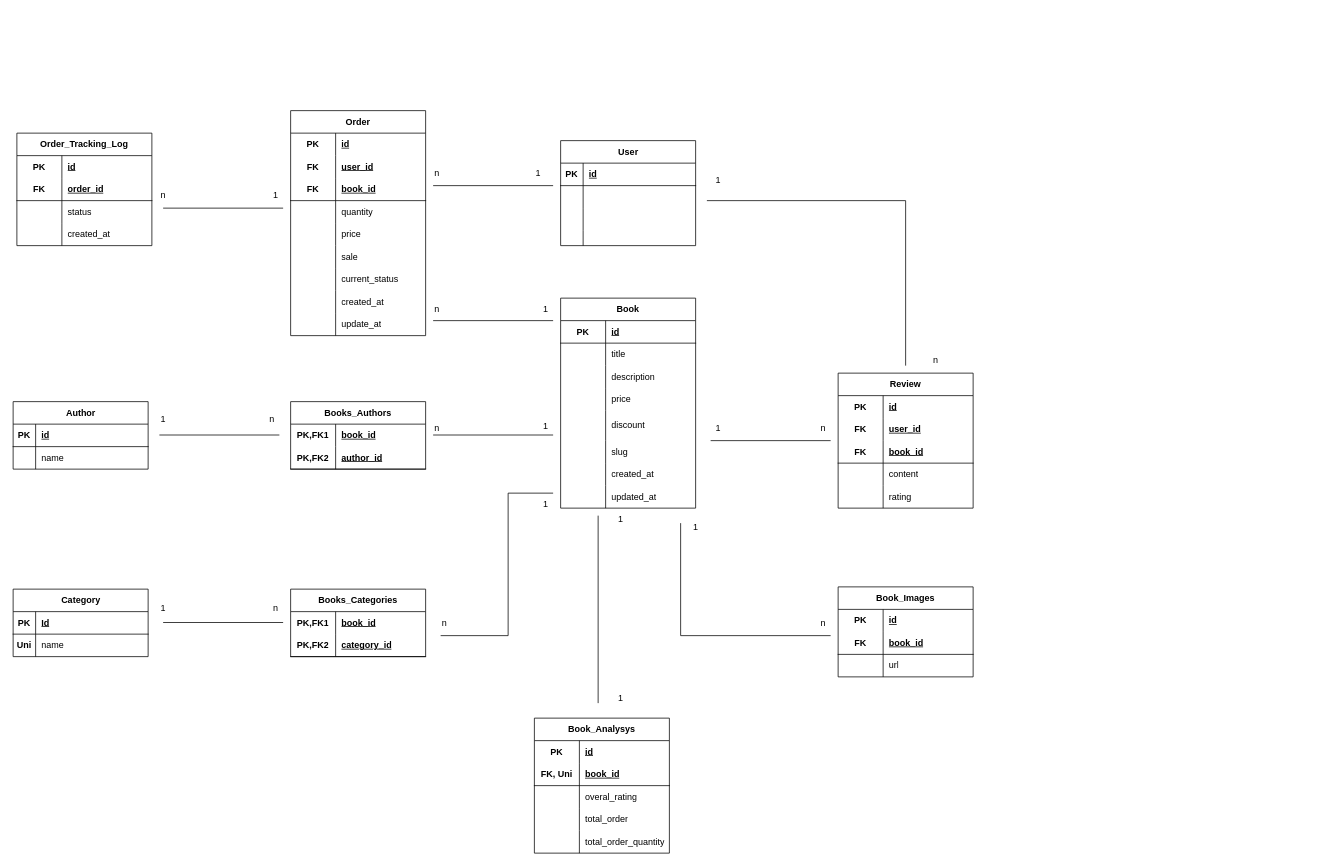
This is page "Database schema" (3 of 3) of document/document.drawio from khanhprolazay/-NashTech--BookStore, a draw.io file, before an edit. Source tidied: cells renumbered, new cells numbered last; positions are measured from the earlier drawing's top-left corner, leaving out a move shared by most shapes. Both pictures are drawn from the tidied source at 75%, with x=0, y=0 at pixel (13, 110).
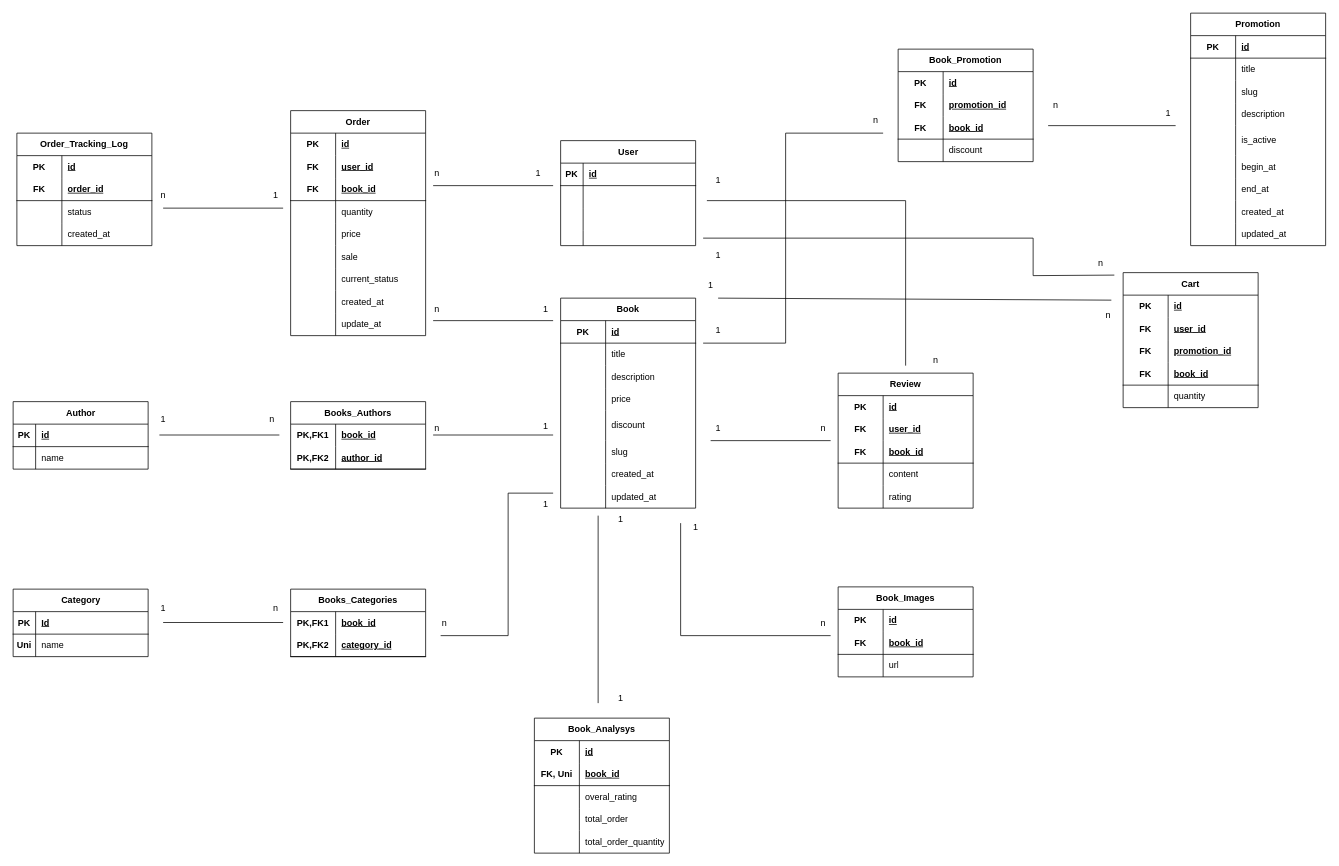
The same page after the edit.

Diff of the diagram source:
```diff
@@
+    <mxCell id="186" value="Promotion" style="shape=table;startSize=30;childLayout=tableLayout;rowLines=0;fontStyle=1;align=center;html=1;whiteSpace=wrap;" parent="1" vertex="1">
+      <mxGeometry x="1570" y="-130" width="180" height="310" as="geometry" />
+    </mxCell>
+    <mxCell id="187" style="shape=tableRow;horizontal=0;startSize=0;swimlaneHead=0;swimlaneBody=0;fillColor=none;top=0;left=0;right=0;bottom=1;html=1;" parent="186" vertex="1">
+      <mxGeometry y="30" width="180" height="30" as="geometry" />
+    </mxCell>
+    <mxCell id="188" value="PK" style="shape=partialRectangle;fillColor=none;top=0;left=0;bottom=0;right=0;fontStyle=1;overflow=hidden;html=1;whiteSpace=wrap;" parent="187" vertex="1">
+      <mxGeometry width="60" height="30" as="geometry" />
+    </mxCell>
+    <mxCell id="189" value="id" style="shape=partialRectangle;fillColor=none;top=0;left=0;bottom=0;right=0;align=left;spacingLeft=6;fontStyle=5;overflow=hidden;html=1;whiteSpace=wrap;" parent="187" vertex="1">
+      <mxGeometry x="60" width="120" height="30" as="geometry" />
+    </mxCell>
+    <mxCell id="190" style="shape=tableRow;horizontal=0;startSize=0;swimlaneHead=0;swimlaneBody=0;fillColor=none;top=0;left=0;right=0;bottom=0;html=1;" parent="186" vertex="1">
+      <mxGeometry y="60" width="180" height="30" as="geometry" />
+    </mxCell>
+    <mxCell id="191" style="shape=partialRectangle;fillColor=none;top=0;left=0;bottom=0;right=0;overflow=hidden;html=1;whiteSpace=wrap;" parent="190" vertex="1">
+      <mxGeometry width="60" height="30" as="geometry" />
+    </mxCell>
+    <mxCell id="192" value="title" style="shape=partialRectangle;fillColor=none;top=0;left=0;bottom=0;right=0;align=left;spacingLeft=6;overflow=hidden;html=1;whiteSpace=wrap;" parent="190" vertex="1">
+      <mxGeometry x="60" width="120" height="30" as="geometry" />
+    </mxCell>
+    <mxCell id="193" style="shape=tableRow;horizontal=0;startSize=0;swimlaneHead=0;swimlaneBody=0;fillColor=none;top=0;left=0;right=0;bottom=0;html=1;" parent="186" vertex="1">
+      <mxGeometry y="90" width="180" height="30" as="geometry" />
+    </mxCell>
+    <mxCell id="194" style="shape=partialRectangle;fillColor=none;top=0;left=0;bottom=0;right=0;overflow=hidden;html=1;whiteSpace=wrap;" parent="193" vertex="1">
+      <mxGeometry width="60" height="30" as="geometry" />
+    </mxCell>
+    <mxCell id="195" value="slug" style="shape=partialRectangle;fillColor=none;top=0;left=0;bottom=0;right=0;align=left;spacingLeft=6;overflow=hidden;html=1;whiteSpace=wrap;" parent="193" vertex="1">
+      <mxGeometry x="60" width="120" height="30" as="geometry" />
+    </mxCell>
+    <mxCell id="196" style="shape=tableRow;horizontal=0;startSize=0;swimlaneHead=0;swimlaneBody=0;fillColor=none;top=0;left=0;right=0;bottom=0;html=1;" parent="186" vertex="1">
+      <mxGeometry y="120" width="180" height="30" as="geometry" />
+    </mxCell>
+    <mxCell id="197" style="shape=partialRectangle;fillColor=none;top=0;left=0;bottom=0;right=0;overflow=hidden;html=1;whiteSpace=wrap;" parent="196" vertex="1">
+      <mxGeometry width="60" height="30" as="geometry" />
+    </mxCell>
+    <mxCell id="198" value="description" style="shape=partialRectangle;fillColor=none;top=0;left=0;bottom=0;right=0;align=left;spacingLeft=6;overflow=hidden;html=1;whiteSpace=wrap;" parent="196" vertex="1">
+      <mxGeometry x="60" width="120" height="30" as="geometry" />
+    </mxCell>
+    <mxCell id="199" style="shape=tableRow;horizontal=0;startSize=0;swimlaneHead=0;swimlaneBody=0;fillColor=none;top=0;left=0;right=0;bottom=0;html=1;" parent="186" vertex="1">
+      <mxGeometry y="150" width="180" height="40" as="geometry" />
+    </mxCell>
+    <mxCell id="200" style="shape=partialRectangle;fillColor=none;top=0;left=0;bottom=0;right=0;overflow=hidden;html=1;whiteSpace=wrap;" parent="199" vertex="1">
+      <mxGeometry width="60" height="40" as="geometry" />
+    </mxCell>
+    <mxCell id="201" value="is_active" style="shape=partialRectangle;fillColor=none;top=0;left=0;bottom=0;right=0;align=left;spacingLeft=6;overflow=hidden;html=1;whiteSpace=wrap;" parent="199" vertex="1">
+      <mxGeometry x="60" width="120" height="40" as="geometry" />
+    </mxCell>
+    <mxCell id="202" style="shape=tableRow;horizontal=0;startSize=0;swimlaneHead=0;swimlaneBody=0;fillColor=none;top=0;left=0;right=0;bottom=0;html=1;" parent="186" vertex="1">
+      <mxGeometry y="190" width="180" height="30" as="geometry" />
+    </mxCell>
+    <mxCell id="203" style="shape=partialRectangle;fillColor=none;top=0;left=0;bottom=0;right=0;overflow=hidden;html=1;whiteSpace=wrap;" parent="202" vertex="1">
+      <mxGeometry width="60" height="30" as="geometry" />
+    </mxCell>
+    <mxCell id="204" value="begin_at" style="shape=partialRectangle;fillColor=none;top=0;left=0;bottom=0;right=0;align=left;spacingLeft=6;overflow=hidden;html=1;whiteSpace=wrap;" parent="202" vertex="1">
+      <mxGeometry x="60" width="120" height="30" as="geometry" />
+    </mxCell>
+    <mxCell id="205" style="shape=tableRow;horizontal=0;startSize=0;swimlaneHead=0;swimlaneBody=0;fillColor=none;top=0;left=0;right=0;bottom=0;html=1;" parent="186" vertex="1">
+      <mxGeometry y="220" width="180" height="30" as="geometry" />
+    </mxCell>
+    <mxCell id="206" style="shape=partialRectangle;fillColor=none;top=0;left=0;bottom=0;right=0;overflow=hidden;html=1;whiteSpace=wrap;" parent="205" vertex="1">
+      <mxGeometry width="60" height="30" as="geometry" />
+    </mxCell>
+    <mxCell id="207" value="end_at" style="shape=partialRectangle;fillColor=none;top=0;left=0;bottom=0;right=0;align=left;spacingLeft=6;overflow=hidden;html=1;whiteSpace=wrap;" parent="205" vertex="1">
+      <mxGeometry x="60" width="120" height="30" as="geometry" />
+    </mxCell>
+    <mxCell id="208" style="shape=tableRow;horizontal=0;startSize=0;swimlaneHead=0;swimlaneBody=0;fillColor=none;top=0;left=0;right=0;bottom=0;html=1;" parent="186" vertex="1">
+      <mxGeometry y="250" width="180" height="30" as="geometry" />
+    </mxCell>
+    <mxCell id="209" style="shape=partialRectangle;fillColor=none;top=0;left=0;bottom=0;right=0;overflow=hidden;html=1;whiteSpace=wrap;" parent="208" vertex="1">
+      <mxGeometry width="60" height="30" as="geometry" />
+    </mxCell>
+    <mxCell id="210" value="created_at" style="shape=partialRectangle;fillColor=none;top=0;left=0;bottom=0;right=0;align=left;spacingLeft=6;overflow=hidden;html=1;whiteSpace=wrap;" parent="208" vertex="1">
+      <mxGeometry x="60" width="120" height="30" as="geometry" />
+    </mxCell>
+    <mxCell id="211" style="shape=tableRow;horizontal=0;startSize=0;swimlaneHead=0;swimlaneBody=0;fillColor=none;top=0;left=0;right=0;bottom=0;html=1;" parent="186" vertex="1">
+      <mxGeometry y="280" width="180" height="30" as="geometry" />
+    </mxCell>
+    <mxCell id="212" style="shape=partialRectangle;fillColor=none;top=0;left=0;bottom=0;right=0;overflow=hidden;html=1;whiteSpace=wrap;" parent="211" vertex="1">
+      <mxGeometry width="60" height="30" as="geometry" />
+    </mxCell>
+    <mxCell id="213" value="updated_at" style="shape=partialRectangle;fillColor=none;top=0;left=0;bottom=0;right=0;align=left;spacingLeft=6;overflow=hidden;html=1;whiteSpace=wrap;" parent="211" vertex="1">
+      <mxGeometry x="60" width="120" height="30" as="geometry" />
+    </mxCell>
+    <mxCell id="214" value="Book_Promotion" style="shape=table;startSize=30;childLayout=tableLayout;rowLines=0;fontStyle=1;align=center;html=1;whiteSpace=wrap;" parent="1" vertex="1">
+      <mxGeometry x="1180" y="-82" width="180" height="150" as="geometry" />
+    </mxCell>
+    <mxCell id="215" style="shape=tableRow;horizontal=0;startSize=0;swimlaneHead=0;swimlaneBody=0;fillColor=none;top=0;left=0;right=0;bottom=0;html=1;" parent="214" vertex="1">
+      <mxGeometry y="30" width="180" height="30" as="geometry" />
+    </mxCell>
+    <mxCell id="216" value="PK" style="shape=partialRectangle;fillColor=none;top=0;left=0;bottom=0;right=0;fontStyle=1;overflow=hidden;html=1;whiteSpace=wrap;" parent="215" vertex="1">
+      <mxGeometry width="60" height="30" as="geometry" />
+    </mxCell>
+    <mxCell id="217" value="id" style="shape=partialRectangle;fillColor=none;top=0;left=0;bottom=0;right=0;align=left;spacingLeft=6;fontStyle=5;overflow=hidden;html=1;whiteSpace=wrap;" parent="215" vertex="1">
+      <mxGeometry x="60" width="120" height="30" as="geometry" />
+    </mxCell>
+    <mxCell id="218" style="shape=tableRow;horizontal=0;startSize=0;swimlaneHead=0;swimlaneBody=0;fillColor=none;top=0;left=0;right=0;bottom=0;html=1;" parent="214" vertex="1">
+      <mxGeometry y="60" width="180" height="30" as="geometry" />
+    </mxCell>
+    <mxCell id="219" value="FK" style="shape=partialRectangle;fillColor=none;top=0;left=0;bottom=0;right=0;fontStyle=1;overflow=hidden;html=1;whiteSpace=wrap;" parent="218" vertex="1">
+      <mxGeometry width="60" height="30" as="geometry" />
+    </mxCell>
+    <mxCell id="220" value="promotion_id" style="shape=partialRectangle;fillColor=none;top=0;left=0;bottom=0;right=0;align=left;spacingLeft=6;fontStyle=5;overflow=hidden;html=1;whiteSpace=wrap;" parent="218" vertex="1">
+      <mxGeometry x="60" width="120" height="30" as="geometry" />
+    </mxCell>
+    <mxCell id="221" style="shape=tableRow;horizontal=0;startSize=0;swimlaneHead=0;swimlaneBody=0;fillColor=none;top=0;left=0;right=0;bottom=1;html=1;" parent="214" vertex="1">
+      <mxGeometry y="90" width="180" height="30" as="geometry" />
+    </mxCell>
+    <mxCell id="222" value="FK" style="shape=partialRectangle;fillColor=none;top=0;left=0;bottom=0;right=0;fontStyle=1;overflow=hidden;html=1;whiteSpace=wrap;" parent="221" vertex="1">
+      <mxGeometry width="60" height="30" as="geometry" />
+    </mxCell>
+    <mxCell id="223" value="book_id" style="shape=partialRectangle;fillColor=none;top=0;left=0;bottom=0;right=0;align=left;spacingLeft=6;fontStyle=5;overflow=hidden;html=1;whiteSpace=wrap;" parent="221" vertex="1">
+      <mxGeometry x="60" width="120" height="30" as="geometry" />
+    </mxCell>
+    <mxCell id="224" style="shape=tableRow;horizontal=0;startSize=0;swimlaneHead=0;swimlaneBody=0;fillColor=none;top=0;left=0;right=0;bottom=0;html=1;" parent="214" vertex="1">
+      <mxGeometry y="120" width="180" height="30" as="geometry" />
+    </mxCell>
+    <mxCell id="225" style="shape=partialRectangle;fillColor=none;top=0;left=0;bottom=0;right=0;overflow=hidden;html=1;whiteSpace=wrap;" parent="224" vertex="1">
+      <mxGeometry width="60" height="30" as="geometry" />
+    </mxCell>
+    <mxCell id="226" value="discount" style="shape=partialRectangle;fillColor=none;top=0;left=0;bottom=0;right=0;align=left;spacingLeft=6;overflow=hidden;html=1;whiteSpace=wrap;" parent="224" vertex="1">
+      <mxGeometry x="60" width="120" height="30" as="geometry" />
+    </mxCell>
+    <mxCell id="227" style="endArrow=none;html=1;rounded=0;" parent="1" edge="1">
+      <mxGeometry relative="1" as="geometry">
+        <mxPoint x="1380" y="20" as="sourcePoint" />
+        <mxPoint x="1550" y="20" as="targetPoint" />
+      </mxGeometry>
+    </mxCell>
+    <mxCell id="228" style="endArrow=none;html=1;rounded=0;" parent="1" edge="1">
+      <mxGeometry relative="1" as="geometry">
+        <mxPoint x="920" y="310" as="sourcePoint" />
+        <mxPoint x="1160" y="30" as="targetPoint" />
+        <Array as="points">
+          <mxPoint x="1030" y="310" />
+          <mxPoint x="1030" y="30" />
+        </Array>
+      </mxGeometry>
+    </mxCell>
+    <mxCell id="229" value="1" style="text;html=1;align=center;verticalAlign=middle;strokeColor=none;fillColor=none;" parent="1" vertex="1">
+      <mxGeometry x="925" y="278" width="30" height="30" as="geometry" />
+    </mxCell>
+    <mxCell id="230" value="n" style="text;html=1;align=center;verticalAlign=middle;strokeColor=none;fillColor=none;" parent="1" vertex="1">
+      <mxGeometry x="1135" y="-2" width="30" height="30" as="geometry" />
+    </mxCell>
+    <mxCell id="231" value="1" style="text;html=1;align=center;verticalAlign=middle;strokeColor=none;fillColor=none;" parent="1" vertex="1">
+      <mxGeometry x="1525" y="-12" width="30" height="30" as="geometry" />
+    </mxCell>
+    <mxCell id="232" value="n" style="text;html=1;align=center;verticalAlign=middle;strokeColor=none;fillColor=none;" parent="1" vertex="1">
+      <mxGeometry x="1375" y="-22" width="30" height="30" as="geometry" />
+    </mxCell>
+    <mxCell id="233" value="Cart" style="shape=table;startSize=30;childLayout=tableLayout;rowLines=0;fontStyle=1;align=center;html=1;whiteSpace=wrap;" parent="1" vertex="1">
+      <mxGeometry x="1480" y="216" width="180" height="180" as="geometry" />
+    </mxCell>
+    <mxCell id="234" style="shape=tableRow;horizontal=0;startSize=0;swimlaneHead=0;swimlaneBody=0;fillColor=none;top=0;left=0;right=0;bottom=0;html=1;" parent="233" vertex="1">
+      <mxGeometry y="30" width="180" height="30" as="geometry" />
+    </mxCell>
+    <mxCell id="235" value="PK" style="shape=partialRectangle;fillColor=none;top=0;left=0;bottom=0;right=0;fontStyle=1;overflow=hidden;html=1;whiteSpace=wrap;" parent="234" vertex="1">
+      <mxGeometry width="60" height="30" as="geometry" />
+    </mxCell>
+    <mxCell id="236" value="id" style="shape=partialRectangle;fillColor=none;top=0;left=0;bottom=0;right=0;align=left;spacingLeft=6;fontStyle=5;overflow=hidden;html=1;whiteSpace=wrap;" parent="234" vertex="1">
+      <mxGeometry x="60" width="120" height="30" as="geometry" />
+    </mxCell>
+    <mxCell id="237" style="shape=tableRow;horizontal=0;startSize=0;swimlaneHead=0;swimlaneBody=0;fillColor=none;top=0;left=0;right=0;bottom=0;html=1;" parent="233" vertex="1">
+      <mxGeometry y="60" width="180" height="30" as="geometry" />
+    </mxCell>
+    <mxCell id="238" value="FK" style="shape=partialRectangle;fillColor=none;top=0;left=0;bottom=0;right=0;fontStyle=1;overflow=hidden;html=1;whiteSpace=wrap;" parent="237" vertex="1">
+      <mxGeometry width="60" height="30" as="geometry" />
+    </mxCell>
+    <mxCell id="239" value="user_id" style="shape=partialRectangle;fillColor=none;top=0;left=0;bottom=0;right=0;align=left;spacingLeft=6;fontStyle=5;overflow=hidden;html=1;whiteSpace=wrap;" parent="237" vertex="1">
+      <mxGeometry x="60" width="120" height="30" as="geometry" />
+    </mxCell>
+    <mxCell id="240" style="shape=tableRow;horizontal=0;startSize=0;swimlaneHead=0;swimlaneBody=0;fillColor=none;top=0;left=0;right=0;bottom=0;html=1;" parent="233" vertex="1">
+      <mxGeometry y="90" width="180" height="30" as="geometry" />
+    </mxCell>
+    <mxCell id="241" value="FK" style="shape=partialRectangle;fillColor=none;top=0;left=0;bottom=0;right=0;fontStyle=1;overflow=hidden;html=1;whiteSpace=wrap;" parent="240" vertex="1">
+      <mxGeometry width="60" height="30" as="geometry" />
+    </mxCell>
+    <mxCell id="242" value="promotion_id" style="shape=partialRectangle;fillColor=none;top=0;left=0;bottom=0;right=0;align=left;spacingLeft=6;fontStyle=5;overflow=hidden;html=1;whiteSpace=wrap;" parent="240" vertex="1">
+      <mxGeometry x="60" width="120" height="30" as="geometry" />
+    </mxCell>
+    <mxCell id="243" style="shape=tableRow;horizontal=0;startSize=0;swimlaneHead=0;swimlaneBody=0;fillColor=none;top=0;left=0;right=0;bottom=1;html=1;" parent="233" vertex="1">
+      <mxGeometry y="120" width="180" height="30" as="geometry" />
+    </mxCell>
+    <mxCell id="244" value="FK" style="shape=partialRectangle;fillColor=none;top=0;left=0;bottom=0;right=0;fontStyle=1;overflow=hidden;html=1;whiteSpace=wrap;" parent="243" vertex="1">
+      <mxGeometry width="60" height="30" as="geometry" />
+    </mxCell>
+    <mxCell id="245" value="book_id" style="shape=partialRectangle;fillColor=none;top=0;left=0;bottom=0;right=0;align=left;spacingLeft=6;fontStyle=5;overflow=hidden;html=1;whiteSpace=wrap;" parent="243" vertex="1">
+      <mxGeometry x="60" width="120" height="30" as="geometry" />
+    </mxCell>
+    <mxCell id="246" style="shape=tableRow;horizontal=0;startSize=0;swimlaneHead=0;swimlaneBody=0;fillColor=none;top=0;left=0;right=0;bottom=0;html=1;" parent="233" vertex="1">
+      <mxGeometry y="150" width="180" height="30" as="geometry" />
+    </mxCell>
+    <mxCell id="247" style="shape=partialRectangle;fillColor=none;top=0;left=0;bottom=0;right=0;overflow=hidden;html=1;whiteSpace=wrap;" parent="246" vertex="1">
+      <mxGeometry width="60" height="30" as="geometry" />
+    </mxCell>
+    <mxCell id="248" value="quantity" style="shape=partialRectangle;fillColor=none;top=0;left=0;bottom=0;right=0;align=left;spacingLeft=6;overflow=hidden;html=1;whiteSpace=wrap;" parent="246" vertex="1">
+      <mxGeometry x="60" width="120" height="30" as="geometry" />
+    </mxCell>
+    <mxCell id="249" style="endArrow=none;html=1;rounded=0;entryX=1.111;entryY=0.044;entryDx=0;entryDy=0;entryPerimeter=0;" parent="1" edge="1">
+      <mxGeometry relative="1" as="geometry">
+        <mxPoint x="920" y="170" as="sourcePoint" />
+        <mxPoint x="1468.3" y="219.3" as="targetPoint" />
+        <Array as="points">
+          <mxPoint x="1360" y="170" />
+          <mxPoint x="1360" y="220" />
+        </Array>
+      </mxGeometry>
+    </mxCell>
+    <mxCell id="250" value="1" style="text;html=1;align=center;verticalAlign=middle;strokeColor=none;fillColor=none;" parent="1" vertex="1">
+      <mxGeometry x="925" y="178" width="30" height="30" as="geometry" />
+    </mxCell>
+    <mxCell id="251" style="endArrow=none;html=1;rounded=0;entryX=0.978;entryY=1.156;entryDx=0;entryDy=0;entryPerimeter=0;" parent="1" edge="1">
+      <mxGeometry relative="1" as="geometry">
+        <mxPoint x="940" y="250" as="sourcePoint" />
+        <mxPoint x="1464.3" y="252.7" as="targetPoint" />
+      </mxGeometry>
+    </mxCell>
+    <mxCell id="252" value="n" style="text;html=1;align=center;verticalAlign=middle;strokeColor=none;fillColor=none;" parent="1" vertex="1">
+      <mxGeometry x="1435" y="188" width="30" height="30" as="geometry" />
+    </mxCell>
+    <mxCell id="253" value="1" style="text;html=1;align=center;verticalAlign=middle;strokeColor=none;fillColor=none;" parent="1" vertex="1">
+      <mxGeometry x="915" y="218" width="30" height="30" as="geometry" />
+    </mxCell>
+    <mxCell id="254" value="n" style="text;html=1;align=center;verticalAlign=middle;strokeColor=none;fillColor=none;" parent="1" vertex="1">
+      <mxGeometry x="1445" y="258" width="30" height="30" as="geometry" />
+    </mxCell>
```
